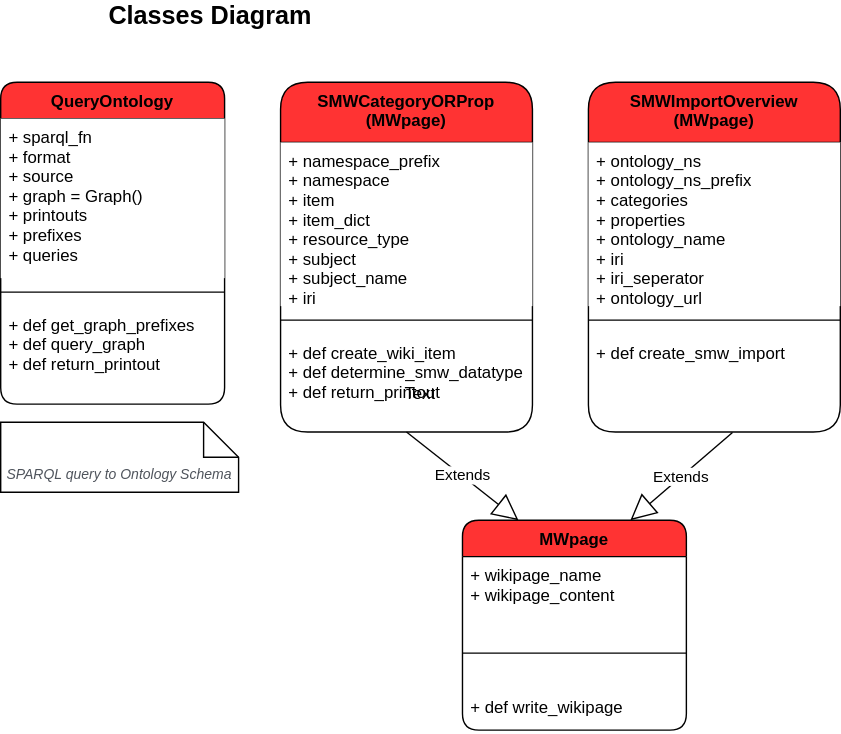
Above: docs/ontology2smw_classes.svg in andrecastro0o/ontology2smw (draw.io), before the change. Source tidied: cells renumbered, new cells last; positions are measured from the earlier drawing's top-left corner, leaving out a move shared by most shapes.
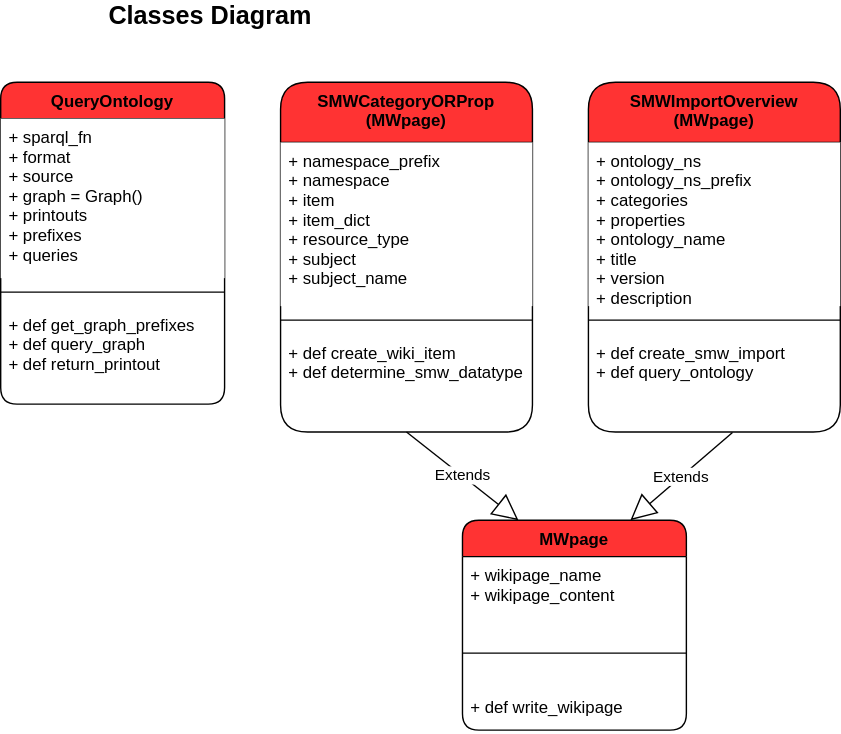
Above is the later version.

Diff of the diagram source:
```diff
@@ -26,31 +26,28 @@
     <mxCell id="9" value="+ def get_graph_prefixes&#10;+ def query_graph&#10;+ def return_printout&#10;" style="text;strokeColor=none;fillColor=none;align=left;verticalAlign=top;spacingLeft=4;spacingRight=4;overflow=hidden;" parent="6" vertex="1">
       <mxGeometry y="160" width="160" height="70" as="geometry" />
     </mxCell>
-    <mxCell id="10" value="&lt;i&gt;&lt;font color=&quot;#4F545C&quot;&gt;SPARQL query to Ontology Schema&lt;/font&gt;&lt;/i&gt;" style="shape=note2;boundedLbl=1;whiteSpace=wrap;html=1;size=25;verticalAlign=top;align=center;rounded=1;shadow=0;glass=0;sketch=0;gradientColor=none;fontSize=10;fontColor=none;fillColor=#FFFFFF;" parent="1" vertex="1">
-      <mxGeometry y="300" width="170" height="50" as="geometry" />
-    </mxCell>
     <mxCell id="11" value="SMWCategoryORProp&#10;(MWpage)" style="swimlane;fontStyle=1;align=center;verticalAlign=top;horizontal=1;startSize=43;rounded=1;shadow=0;glass=0;sketch=0;fillColor=#FF3333;gradientColor=none;fontSize=12;html=0;" parent="1" vertex="1">
       <mxGeometry x="200" y="57" width="180" height="250" as="geometry" />
     </mxCell>
-    <mxCell id="12" value="+ namespace_prefix&#10;+ namespace&#10;+ item&#10;+ item_dict&#10;+ resource_type&#10;+ subject&#10;+ subject_name&#10;+ iri&#10;" style="text;strokeColor=none;align=left;verticalAlign=top;spacingLeft=4;spacingRight=4;overflow=hidden;fillColor=#ffffff;" parent="11" vertex="1">
+    <mxCell id="12" value="+ namespace_prefix&#10;+ namespace&#10;+ item&#10;+ item_dict&#10;+ resource_type&#10;+ subject&#10;+ subject_name&#10;" style="text;strokeColor=none;align=left;verticalAlign=top;spacingLeft=4;spacingRight=4;overflow=hidden;fillColor=#ffffff;" parent="11" vertex="1">
       <mxGeometry y="43" width="180" height="117" as="geometry" />
     </mxCell>
     <mxCell id="13" style="line;strokeWidth=1;fillColor=none;align=left;verticalAlign=middle;spacingTop=-1;spacingLeft=3;spacingRight=3;labelPosition=right;" parent="11" vertex="1">
       <mxGeometry y="160" width="180" height="20" as="geometry" />
     </mxCell>
-    <mxCell id="14" value="+ def create_wiki_item&#10;+ def determine_smw_datatype&#10;+ def return_printout&#10;" style="text;strokeColor=none;fillColor=none;align=left;verticalAlign=top;spacingLeft=4;spacingRight=4;overflow=hidden;" parent="11" vertex="1">
+    <mxCell id="14" value="+ def create_wiki_item&#10;+ def determine_smw_datatype&#10;&#10;" style="text;strokeColor=none;fillColor=none;align=left;verticalAlign=top;spacingLeft=4;spacingRight=4;overflow=hidden;" parent="11" vertex="1">
       <mxGeometry y="180" width="180" height="70" as="geometry" />
     </mxCell>
     <mxCell id="15" value="SMWImportOverview&#10;(MWpage)" style="swimlane;fontStyle=1;align=center;verticalAlign=top;horizontal=1;startSize=43;rounded=1;shadow=0;glass=0;sketch=0;fillColor=#FF3333;gradientColor=none;fontSize=12;html=0;" parent="1" vertex="1">
       <mxGeometry x="420" y="57" width="180" height="250" as="geometry" />
     </mxCell>
-    <mxCell id="16" value="+ ontology_ns&#10;+ ontology_ns_prefix&#10;+ categories&#10;+ properties&#10;+ ontology_name&#10;+ iri&#10;+ iri_seperator&#10;+ ontology_url&#10;" style="text;strokeColor=none;align=left;verticalAlign=top;spacingLeft=4;spacingRight=4;overflow=hidden;fillColor=#ffffff;" parent="15" vertex="1">
+    <mxCell id="16" value="+ ontology_ns&#10;+ ontology_ns_prefix&#10;+ categories&#10;+ properties&#10;+ ontology_name&#10;+ title&#10;+ version&#10;+ description&#10;" style="text;strokeColor=none;align=left;verticalAlign=top;spacingLeft=4;spacingRight=4;overflow=hidden;fillColor=#ffffff;" parent="15" vertex="1">
       <mxGeometry y="43" width="180" height="117" as="geometry" />
     </mxCell>
     <mxCell id="17" style="line;strokeWidth=1;fillColor=none;align=left;verticalAlign=middle;spacingTop=-1;spacingLeft=3;spacingRight=3;labelPosition=right;" parent="15" vertex="1">
       <mxGeometry y="160" width="180" height="20" as="geometry" />
     </mxCell>
-    <mxCell id="18" value="+ def create_smw_import&#10;&#10;" style="text;strokeColor=none;fillColor=none;align=left;verticalAlign=top;spacingLeft=4;spacingRight=4;overflow=hidden;points=[[0,0.5],[1,0.5]];portConstraint=eastwest;" parent="15" vertex="1">
+    <mxCell id="18" value="+ def create_smw_import&#10;+ def query_ontology&#10;" style="text;strokeColor=none;fillColor=none;align=left;verticalAlign=top;spacingLeft=4;spacingRight=4;overflow=hidden;points=[[0,0.5],[1,0.5]];portConstraint=eastwest;" parent="15" vertex="1">
       <mxGeometry y="180" width="180" height="70" as="geometry" />
     </mxCell>
     <mxCell id="19" value="Extends" style="endArrow=block;endSize=16;endFill=0;html=1;exitX=0.5;exitY=1;exitDx=0;exitDy=0;entryX=0.25;entryY=0;entryDx=0;entryDy=0;" parent="1" edge="1" source="11" target="2">
@@ -59,9 +56,6 @@
     <mxCell id="20" value="Extends" style="endArrow=block;endSize=16;endFill=0;html=1;exitX=0.572;exitY=1.004;exitDx=0;exitDy=0;entryX=0.75;entryY=0;entryDx=0;entryDy=0;exitPerimeter=0;" parent="1" edge="1" source="18" target="2">
       <mxGeometry relative="1" as="geometry" />
     </mxCell>
-    <mxCell id="21" value="Text" style="text;html=1;strokeColor=none;fillColor=none;align=center;verticalAlign=middle;whiteSpace=wrap;rounded=0;" parent="1" vertex="1">
-      <mxGeometry x="280" y="270" width="40" height="20" as="geometry" />
-    </mxCell>
     <mxCell id="22" value="Classes Diagram" style="text;html=1;strokeColor=none;fillColor=none;align=center;verticalAlign=middle;whiteSpace=wrap;rounded=0;fontSize=18;fontStyle=1;" parent="1" vertex="1">
       <mxGeometry width="300" height="20" as="geometry" />
     </mxCell>
```
